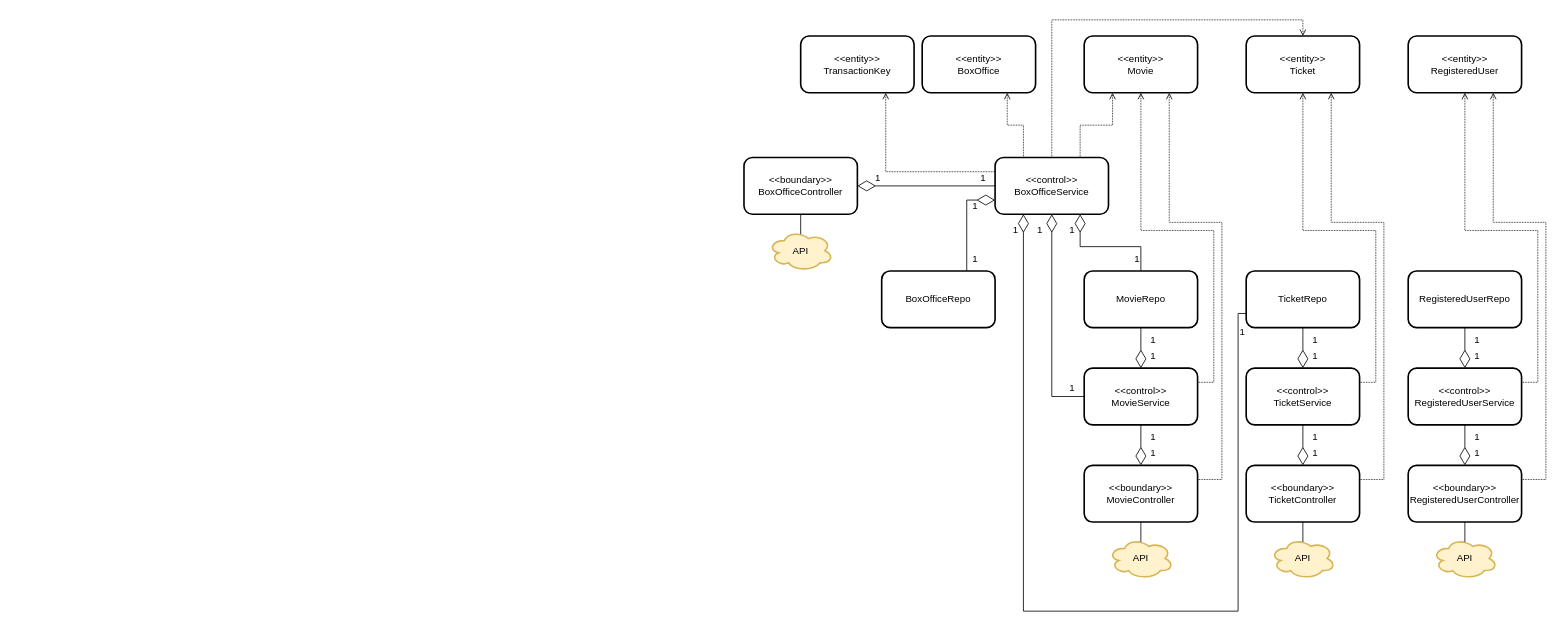
Earlier version of the draw.io diagram Project_Final_Docs/drawio/614P_DesignLevelClassSpec_Relations.drawio (Dele-Oyelese/ENSF614_Project). Source tidied: cells renumbered, new cells numbered last; positions are measured from the earlier drawing's top-left corner, leaving out a move shared by most shapes. Both pictures are drawn from the tidied source at 81%, with x=0, y=0 at pixel (744, 36).
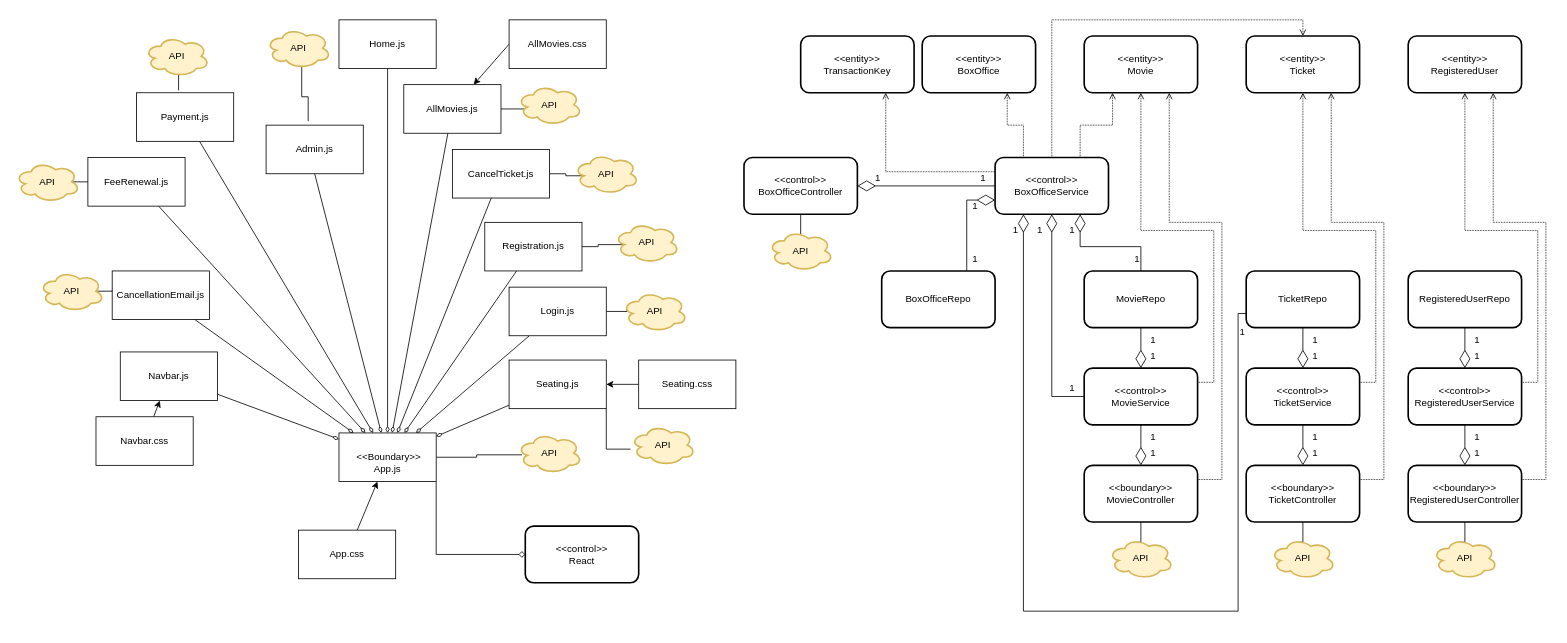
Above is the later version.

What changed in the source:
```diff
@@
-    <mxCell id="8" value="&amp;lt;&amp;lt;boundary&amp;gt;&amp;gt;&lt;br&gt;BoxOfficeController" style="rounded=1;whiteSpace=wrap;html=1;strokeWidth=2;" parent="1" vertex="1">
+    <mxCell id="8" value="&amp;lt;&amp;lt;control&amp;gt;&amp;gt;&lt;br&gt;BoxOfficeController" style="rounded=1;whiteSpace=wrap;html=1;strokeWidth=2;" parent="1" vertex="1">
       <mxGeometry y="150" width="140" height="70" as="geometry" />
     </mxCell>
@@
+    <mxCell id="70" style="edgeStyle=none;rounded=0;jettySize=auto;html=1;exitX=0.5;exitY=1;exitDx=0;exitDy=0;endArrow=diamondThin;endFill=0;" parent="1" edge="1" source="71" target="100">
+      <mxGeometry relative="1" as="geometry" />
+    </mxCell>
+    <mxCell id="71" value="Admin.js" style="rounded=0;whiteSpace=wrap;html=1;" parent="1" vertex="1">
+      <mxGeometry x="-590" y="110" width="120" height="60" as="geometry" />
+    </mxCell>
+    <mxCell id="72" style="edgeStyle=none;rounded=0;jettySize=auto;html=1;endArrow=diamondThin;endFill=0;" parent="1" edge="1" source="74" target="100">
+      <mxGeometry relative="1" as="geometry" />
+    </mxCell>
+    <mxCell id="73" style="edgeStyle=orthogonalEdgeStyle;rounded=0;jettySize=auto;html=1;exitX=1;exitY=0.5;exitDx=0;exitDy=0;entryX=0.16;entryY=0.55;entryDx=0;entryDy=0;entryPerimeter=0;endArrow=none;endFill=0;" parent="1" edge="1" source="74" target="112">
+      <mxGeometry relative="1" as="geometry" />
+    </mxCell>
+    <mxCell id="74" value="AllMovies.js" style="rounded=0;whiteSpace=wrap;html=1;" parent="1" vertex="1">
+      <mxGeometry x="-420" y="60" width="120" height="60" as="geometry" />
+    </mxCell>
+    <mxCell id="75" style="edgeStyle=none;rounded=0;jettySize=auto;html=1;endArrow=diamondThin;endFill=0;" parent="1" edge="1" source="77" target="100">
+      <mxGeometry relative="1" as="geometry" />
+    </mxCell>
+    <mxCell id="76" style="edgeStyle=orthogonalEdgeStyle;rounded=0;jettySize=auto;html=1;exitX=1;exitY=0.5;exitDx=0;exitDy=0;entryX=0.16;entryY=0.55;entryDx=0;entryDy=0;entryPerimeter=0;endArrow=none;endFill=0;" parent="1" edge="1" source="77" target="111">
+      <mxGeometry relative="1" as="geometry" />
+    </mxCell>
+    <mxCell id="77" value="CancelTicket.js" style="rounded=0;whiteSpace=wrap;html=1;" parent="1" vertex="1">
+      <mxGeometry x="-360" y="140" width="120" height="60" as="geometry" />
+    </mxCell>
+    <mxCell id="78" style="edgeStyle=none;rounded=0;jettySize=auto;html=1;endArrow=diamondThin;endFill=0;" parent="1" edge="1" source="79" target="100">
+      <mxGeometry relative="1" as="geometry" />
+    </mxCell>
+    <mxCell id="79" value="FeeRenewal.js" style="rounded=0;whiteSpace=wrap;html=1;" parent="1" vertex="1">
+      <mxGeometry x="-810" y="150" width="120" height="60" as="geometry" />
+    </mxCell>
+    <mxCell id="80" style="edgeStyle=none;rounded=0;jettySize=auto;html=1;endArrow=diamondThin;endFill=0;" parent="1" edge="1" source="81" target="100">
+      <mxGeometry relative="1" as="geometry" />
+    </mxCell>
+    <mxCell id="81" value="Home.js" style="rounded=0;whiteSpace=wrap;html=1;" parent="1" vertex="1">
+      <mxGeometry x="-500" y="-20" width="120" height="60" as="geometry" />
+    </mxCell>
+    <mxCell id="82" style="edgeStyle=none;rounded=0;jettySize=auto;html=1;endArrow=diamondThin;endFill=0;" parent="1" edge="1" source="84" target="100">
+      <mxGeometry relative="1" as="geometry" />
+    </mxCell>
+    <mxCell id="83" style="edgeStyle=orthogonalEdgeStyle;rounded=0;jettySize=auto;html=1;exitX=1;exitY=0.5;exitDx=0;exitDy=0;entryX=0.07;entryY=0.4;entryDx=0;entryDy=0;entryPerimeter=0;endArrow=none;endFill=0;" parent="1" edge="1" source="84" target="109">
+      <mxGeometry relative="1" as="geometry" />
+    </mxCell>
+    <mxCell id="84" value="Login.js" style="rounded=0;whiteSpace=wrap;html=1;" parent="1" vertex="1">
+      <mxGeometry x="-290" y="310" width="120" height="60" as="geometry" />
+    </mxCell>
+    <mxCell id="85" style="edgeStyle=none;rounded=0;jettySize=auto;html=1;endArrow=diamondThin;endFill=0;" parent="1" edge="1" source="86" target="100">
+      <mxGeometry relative="1" as="geometry" />
+    </mxCell>
+    <mxCell id="86" value="Payment.js" style="rounded=0;whiteSpace=wrap;html=1;" parent="1" vertex="1">
+      <mxGeometry x="-750" y="70" width="120" height="60" as="geometry" />
+    </mxCell>
+    <mxCell id="87" style="edgeStyle=none;rounded=0;jettySize=auto;html=1;endArrow=diamondThin;endFill=0;" parent="1" edge="1" source="89" target="100">
+      <mxGeometry relative="1" as="geometry" />
+    </mxCell>
+    <mxCell id="88" style="edgeStyle=orthogonalEdgeStyle;rounded=0;jettySize=auto;html=1;exitX=1;exitY=0.5;exitDx=0;exitDy=0;entryX=0.16;entryY=0.55;entryDx=0;entryDy=0;entryPerimeter=0;endArrow=none;endFill=0;" parent="1" edge="1" source="89" target="110">
+      <mxGeometry relative="1" as="geometry" />
+    </mxCell>
+    <mxCell id="89" value="Registration.js" style="rounded=0;whiteSpace=wrap;html=1;" parent="1" vertex="1">
+      <mxGeometry x="-320" y="230" width="120" height="60" as="geometry" />
+    </mxCell>
+    <mxCell id="90" style="edgeStyle=none;rounded=0;jettySize=auto;html=1;endArrow=diamondThin;endFill=0;" parent="1" edge="1" source="91" target="100">
+      <mxGeometry relative="1" as="geometry" />
+    </mxCell>
+    <mxCell id="91" value="CancellationEmail.js" style="rounded=0;whiteSpace=wrap;html=1;" parent="1" vertex="1">
+      <mxGeometry x="-780" y="290" width="120" height="60" as="geometry" />
+    </mxCell>
+    <mxCell id="92" style="edgeStyle=none;rounded=0;jettySize=auto;html=1;endArrow=diamondThin;endFill=0;" parent="1" edge="1" source="93" target="100">
+      <mxGeometry relative="1" as="geometry" />
+    </mxCell>
+    <mxCell id="93" value="Navbar.js" style="rounded=0;whiteSpace=wrap;html=1;" parent="1" vertex="1">
+      <mxGeometry x="-770" y="390" width="120" height="60" as="geometry" />
+    </mxCell>
+    <mxCell id="94" style="rounded=0;jettySize=auto;html=1;endArrow=classic;endFill=1;" parent="1" edge="1" source="95" target="93">
+      <mxGeometry relative="1" as="geometry" />
+    </mxCell>
+    <mxCell id="95" value="Navbar.css" style="rounded=0;whiteSpace=wrap;html=1;" parent="1" vertex="1">
+      <mxGeometry x="-800" y="470" width="120" height="60" as="geometry" />
+    </mxCell>
+    <mxCell id="96" style="rounded=0;jettySize=auto;html=1;exitX=0;exitY=0.5;exitDx=0;exitDy=0;endArrow=classic;endFill=1;" parent="1" edge="1" source="97" target="74">
+      <mxGeometry relative="1" as="geometry" />
+    </mxCell>
+    <mxCell id="97" value="AllMovies.css" style="rounded=0;whiteSpace=wrap;html=1;" parent="1" vertex="1">
+      <mxGeometry x="-290" y="-20" width="120" height="60" as="geometry" />
+    </mxCell>
+    <mxCell id="98" style="edgeStyle=orthogonalEdgeStyle;rounded=0;jettySize=auto;html=1;exitX=1;exitY=0.5;exitDx=0;exitDy=0;entryX=0.075;entryY=0.54;entryDx=0;entryDy=0;entryPerimeter=0;endArrow=none;endFill=0;" parent="1" edge="1" source="100" target="108">
+      <mxGeometry relative="1" as="geometry" />
+    </mxCell>
+    <mxCell id="99" style="edgeStyle=orthogonalEdgeStyle;rounded=0;jettySize=auto;html=1;exitX=1;exitY=1;exitDx=0;exitDy=0;entryX=0;entryY=0.5;entryDx=0;entryDy=0;endArrow=diamond;endFill=0;" parent="1" edge="1" source="100" target="122">
+      <mxGeometry relative="1" as="geometry" />
+    </mxCell>
+    <mxCell id="100" value="&lt;br&gt;&amp;nbsp;&amp;lt;&amp;lt;Boundary&amp;gt;&amp;gt; App.js" style="rounded=0;whiteSpace=wrap;html=1;" parent="1" vertex="1">
+      <mxGeometry x="-500" y="490" width="120" height="60" as="geometry" />
+    </mxCell>
+    <mxCell id="101" style="rounded=0;jettySize=auto;html=1;endArrow=classic;endFill=1;" parent="1" edge="1" source="102" target="100">
+      <mxGeometry relative="1" as="geometry" />
+    </mxCell>
+    <mxCell id="102" value="App.css" style="rounded=0;whiteSpace=wrap;html=1;" parent="1" vertex="1">
+      <mxGeometry x="-550" y="610" width="120" height="60" as="geometry" />
+    </mxCell>
+    <mxCell id="103" style="edgeStyle=none;rounded=0;jettySize=auto;html=1;endArrow=diamondThin;endFill=0;" parent="1" edge="1" source="105" target="100">
+      <mxGeometry relative="1" as="geometry" />
+    </mxCell>
+    <mxCell id="104" style="edgeStyle=orthogonalEdgeStyle;rounded=0;jettySize=auto;html=1;exitX=1;exitY=1;exitDx=0;exitDy=0;entryX=0;entryY=0.6;entryDx=0;entryDy=0;entryPerimeter=0;endArrow=none;endFill=0;" parent="1" edge="1" source="105" target="121">
+      <mxGeometry relative="1" as="geometry" />
+    </mxCell>
+    <mxCell id="105" value="Seating.js" style="rounded=0;whiteSpace=wrap;html=1;" parent="1" vertex="1">
+      <mxGeometry x="-290" y="400" width="120" height="60" as="geometry" />
+    </mxCell>
+    <mxCell id="106" style="rounded=0;jettySize=auto;html=1;endArrow=classic;endFill=1;" parent="1" edge="1" source="107" target="105">
+      <mxGeometry relative="1" as="geometry" />
+    </mxCell>
+    <mxCell id="107" value="Seating.css" style="rounded=0;whiteSpace=wrap;html=1;" parent="1" vertex="1">
+      <mxGeometry x="-130" y="400" width="120" height="60" as="geometry" />
+    </mxCell>
+    <mxCell id="108" value="API" style="ellipse;shape=cloud;whiteSpace=wrap;html=1;strokeWidth=2;fillColor=#fff2cc;strokeColor=#d6b656;" parent="1" vertex="1">
+      <mxGeometry x="-280" y="490" width="80" height="50" as="geometry" />
+    </mxCell>
+    <mxCell id="109" value="API" style="ellipse;shape=cloud;whiteSpace=wrap;html=1;strokeWidth=2;fillColor=#fff2cc;strokeColor=#d6b656;" parent="1" vertex="1">
+      <mxGeometry x="-150" y="315" width="80" height="50" as="geometry" />
+    </mxCell>
+    <mxCell id="110" value="API" style="ellipse;shape=cloud;whiteSpace=wrap;html=1;strokeWidth=2;fillColor=#fff2cc;strokeColor=#d6b656;" parent="1" vertex="1">
+      <mxGeometry x="-160" y="230" width="80" height="50" as="geometry" />
+    </mxCell>
+    <mxCell id="111" value="API" style="ellipse;shape=cloud;whiteSpace=wrap;html=1;strokeWidth=2;fillColor=#fff2cc;strokeColor=#d6b656;" parent="1" vertex="1">
+      <mxGeometry x="-210" y="145" width="80" height="50" as="geometry" />
+    </mxCell>
+    <mxCell id="112" value="API" style="ellipse;shape=cloud;whiteSpace=wrap;html=1;strokeWidth=2;fillColor=#fff2cc;strokeColor=#d6b656;" parent="1" vertex="1">
+      <mxGeometry x="-280" y="60" width="80" height="50" as="geometry" />
+    </mxCell>
+    <mxCell id="113" style="edgeStyle=orthogonalEdgeStyle;rounded=0;jettySize=auto;html=1;exitX=0.55;exitY=0.95;exitDx=0;exitDy=0;exitPerimeter=0;entryX=0.433;entryY=-0.083;entryDx=0;entryDy=0;entryPerimeter=0;endArrow=none;endFill=0;" parent="1" edge="1" source="114" target="71">
+      <mxGeometry relative="1" as="geometry" />
+    </mxCell>
+    <mxCell id="114" value="API" style="ellipse;shape=cloud;whiteSpace=wrap;html=1;strokeWidth=2;fillColor=#fff2cc;strokeColor=#d6b656;" parent="1" vertex="1">
+      <mxGeometry x="-590" y="-10" width="80" height="50" as="geometry" />
+    </mxCell>
+    <mxCell id="115" style="edgeStyle=orthogonalEdgeStyle;rounded=0;jettySize=auto;html=1;exitX=0.55;exitY=0.95;exitDx=0;exitDy=0;exitPerimeter=0;entryX=0.433;entryY=-0.05;entryDx=0;entryDy=0;entryPerimeter=0;endArrow=none;endFill=0;" parent="1" edge="1" source="116" target="86">
+      <mxGeometry relative="1" as="geometry" />
+    </mxCell>
+    <mxCell id="116" value="API" style="ellipse;shape=cloud;whiteSpace=wrap;html=1;strokeWidth=2;fillColor=#fff2cc;strokeColor=#d6b656;" parent="1" vertex="1">
+      <mxGeometry x="-740" width="80" height="50" as="geometry" />
+    </mxCell>
+    <mxCell id="117" style="edgeStyle=orthogonalEdgeStyle;rounded=0;jettySize=auto;html=1;exitX=0.875;exitY=0.5;exitDx=0;exitDy=0;exitPerimeter=0;entryX=0;entryY=0.5;entryDx=0;entryDy=0;endArrow=none;endFill=0;" parent="1" edge="1" source="118" target="79">
+      <mxGeometry relative="1" as="geometry" />
+    </mxCell>
+    <mxCell id="118" value="API" style="ellipse;shape=cloud;whiteSpace=wrap;html=1;strokeWidth=2;fillColor=#fff2cc;strokeColor=#d6b656;" parent="1" vertex="1">
+      <mxGeometry x="-900" y="155" width="80" height="50" as="geometry" />
+    </mxCell>
+    <mxCell id="119" style="edgeStyle=orthogonalEdgeStyle;rounded=0;jettySize=auto;html=1;exitX=0.875;exitY=0.5;exitDx=0;exitDy=0;exitPerimeter=0;entryX=0;entryY=0.4;entryDx=0;entryDy=0;entryPerimeter=0;endArrow=none;endFill=0;" parent="1" edge="1" source="120" target="91">
+      <mxGeometry relative="1" as="geometry" />
+    </mxCell>
+    <mxCell id="120" value="API" style="ellipse;shape=cloud;whiteSpace=wrap;html=1;strokeWidth=2;fillColor=#fff2cc;strokeColor=#d6b656;" parent="1" vertex="1">
+      <mxGeometry x="-870" y="290" width="80" height="50" as="geometry" />
+    </mxCell>
+    <mxCell id="121" value="API" style="ellipse;shape=cloud;whiteSpace=wrap;html=1;strokeWidth=2;fillColor=#fff2cc;strokeColor=#d6b656;" parent="1" vertex="1">
+      <mxGeometry x="-140" y="480" width="80" height="50" as="geometry" />
+    </mxCell>
+    <mxCell id="122" value="&amp;lt;&amp;lt;control&amp;gt;&amp;gt;&lt;br&gt;React" style="rounded=1;whiteSpace=wrap;html=1;strokeWidth=2;" parent="1" vertex="1">
+      <mxGeometry x="-270" y="605" width="140" height="70" as="geometry" />
+    </mxCell>
```
